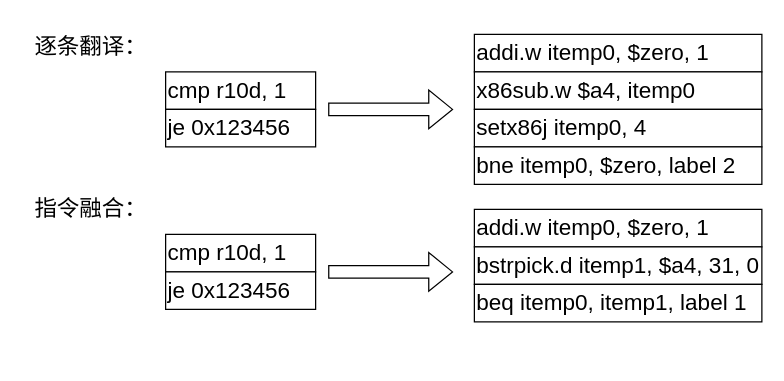
Above: page "第 44 页" (44 of 47) of lajit.drawio in ganjue66da/ganjue66da (draw.io), before the change. Source tidied: cells renumbered, new cells numbered last; positions are measured from the earlier drawing's top-left corner, leaving out a move shared by most shapes. Both pictures are drawn from the tidied source at 125%, with x=0, y=0 at pixel (21, 21).
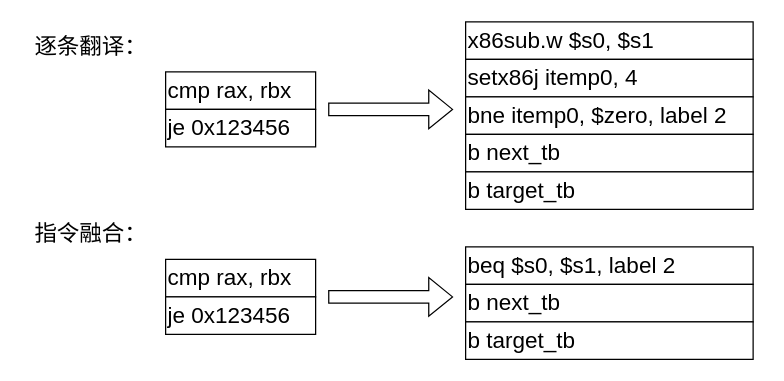
After the change.

What changed in the source:
```diff
@@
 <mxGraphModel>
   <root>
     <mxCell id="0" />
     <mxCell id="1" parent="0" />
-    <mxCell id="2" value="&lt;font style=&quot;font-size: 18px;&quot;&gt;cmp r10d, 1&lt;/font&gt;" style="rounded=0;whiteSpace=wrap;html=1;align=left;" parent="1" vertex="1">
+    <mxCell id="2" value="&lt;font style=&quot;font-size: 18px;&quot;&gt;cmp rax, rbx&lt;/font&gt;" style="rounded=0;whiteSpace=wrap;html=1;align=left;" parent="1" vertex="1">
       <mxGeometry x="115" y="40" width="120" height="30" as="geometry" />
     </mxCell>
     <mxCell id="3" value="&lt;font style=&quot;font-size: 18px;&quot;&gt;je 0x123456&lt;/font&gt;" style="rounded=0;whiteSpace=wrap;html=1;align=left;" parent="1" vertex="1">
       <mxGeometry x="115" y="70" width="120" height="30" as="geometry" />
     </mxCell>
     <mxCell id="4" style="shape=flexArrow;endArrow=classic;html=1;rounded=0;" parent="1" edge="1">
       <mxGeometry relative="1" as="geometry">
         <mxPoint x="245" y="70" as="sourcePoint" />
         <mxPoint x="345" y="70" as="targetPoint" />
       </mxGeometry>
     </mxCell>
-    <mxCell id="5" value="&lt;font style=&quot;font-size: 18px;&quot;&gt;addi.w itemp0, $zero, 1&lt;/font&gt;" style="rounded=0;whiteSpace=wrap;html=1;align=left;" parent="1" vertex="1">
-      <mxGeometry x="362" y="10" width="230" height="30" as="geometry" />
-    </mxCell>
-    <mxCell id="6" value="&lt;font style=&quot;font-size: 18px;&quot;&gt;x86sub.w $a4, itemp0&lt;/font&gt;" style="rounded=0;whiteSpace=wrap;html=1;align=left;" parent="1" vertex="1">
-      <mxGeometry x="362" y="40" width="230" height="30" as="geometry" />
+    <mxCell id="6" value="&lt;font style=&quot;font-size: 18px;&quot;&gt;x86sub.w $s0, $s1&lt;/font&gt;" style="rounded=0;whiteSpace=wrap;html=1;align=left;" parent="1" vertex="1">
+      <mxGeometry x="355" width="230" height="30" as="geometry" />
     </mxCell>
     <mxCell id="7" value="&lt;font style=&quot;font-size: 18px;&quot;&gt;setx86j itemp0, 4&lt;/font&gt;" style="rounded=0;whiteSpace=wrap;html=1;align=left;" parent="1" vertex="1">
-      <mxGeometry x="362" y="70" width="230" height="30" as="geometry" />
+      <mxGeometry x="355" y="30" width="230" height="30" as="geometry" />
     </mxCell>
     <mxCell id="8" value="&lt;font style=&quot;font-size: 18px;&quot;&gt;bne itemp0, $zero, label 2&lt;/font&gt;" style="rounded=0;whiteSpace=wrap;html=1;align=left;" parent="1" vertex="1">
-      <mxGeometry x="362" y="100" width="230" height="30" as="geometry" />
+      <mxGeometry x="355" y="60" width="230" height="30" as="geometry" />
     </mxCell>
     <mxCell id="9" value="&lt;font style=&quot;font-size: 18px;&quot;&gt;逐条翻译：&lt;/font&gt;" style="text;html=1;align=center;verticalAlign=middle;strokeColor=none;fillColor=none;" parent="1" vertex="1">
       <mxGeometry width="110" height="40" as="geometry" />
     </mxCell>
-    <mxCell id="10" value="&lt;font style=&quot;font-size: 18px;&quot;&gt;cmp r10d, 1&lt;/font&gt;" style="rounded=0;whiteSpace=wrap;html=1;align=left;" parent="1" vertex="1">
-      <mxGeometry x="115" y="170" width="120" height="30" as="geometry" />
+    <mxCell id="10" value="&lt;font style=&quot;font-size: 18px;&quot;&gt;cmp rax, rbx&lt;/font&gt;" style="rounded=0;whiteSpace=wrap;html=1;align=left;" parent="1" vertex="1">
+      <mxGeometry x="115" y="190" width="120" height="30" as="geometry" />
     </mxCell>
     <mxCell id="11" value="&lt;font style=&quot;font-size: 18px;&quot;&gt;je 0x123456&lt;/font&gt;" style="rounded=0;whiteSpace=wrap;html=1;align=left;" parent="1" vertex="1">
-      <mxGeometry x="115" y="200" width="120" height="30" as="geometry" />
+      <mxGeometry x="115" y="220" width="120" height="30" as="geometry" />
     </mxCell>
     <mxCell id="12" style="shape=flexArrow;endArrow=classic;html=1;rounded=0;" parent="1" edge="1">
       <mxGeometry relative="1" as="geometry">
-        <mxPoint x="245" y="200" as="sourcePoint" />
-        <mxPoint x="345" y="200" as="targetPoint" />
+        <mxPoint x="245" y="220" as="sourcePoint" />
+        <mxPoint x="345" y="220" as="targetPoint" />
       </mxGeometry>
     </mxCell>
-    <mxCell id="13" value="&lt;font style=&quot;font-size: 18px;&quot;&gt;addi.w itemp0, $zero, 1&lt;/font&gt;" style="rounded=0;whiteSpace=wrap;html=1;align=left;" parent="1" vertex="1">
-      <mxGeometry x="362" y="150" width="230" height="30" as="geometry" />
-    </mxCell>
-    <mxCell id="14" value="&lt;font style=&quot;font-size: 18px;&quot;&gt;bstrpick.d itemp1, $a4, 31, 0&lt;/font&gt;" style="rounded=0;whiteSpace=wrap;html=1;align=left;" parent="1" vertex="1">
-      <mxGeometry x="362" y="180" width="230" height="30" as="geometry" />
-    </mxCell>
-    <mxCell id="15" value="&lt;font style=&quot;font-size: 18px;&quot;&gt;beq itemp0, itemp1, label 1&lt;/font&gt;" style="rounded=0;whiteSpace=wrap;html=1;align=left;" parent="1" vertex="1">
-      <mxGeometry x="362" y="210" width="230" height="30" as="geometry" />
+    <mxCell id="15" value="&lt;font style=&quot;font-size: 18px;&quot;&gt;beq $s0, $s1, label 2&lt;/font&gt;" style="rounded=0;whiteSpace=wrap;html=1;align=left;" parent="1" vertex="1">
+      <mxGeometry x="355" y="180" width="230" height="30" as="geometry" />
     </mxCell>
     <mxCell id="16" value="&lt;font style=&quot;font-size: 18px;&quot;&gt;指令融合：&lt;/font&gt;" style="text;html=1;align=center;verticalAlign=middle;strokeColor=none;fillColor=none;" parent="1" vertex="1">
-      <mxGeometry y="130" width="110" height="40" as="geometry" />
+      <mxGeometry y="150" width="110" height="40" as="geometry" />
     </mxCell>
+    <mxCell id="17" value="&lt;font style=&quot;font-size: 18px;&quot;&gt;b next_tb&lt;/font&gt;" style="rounded=0;whiteSpace=wrap;html=1;align=left;" parent="1" vertex="1">
+      <mxGeometry x="355" y="90" width="230" height="30" as="geometry" />
+    </mxCell>
+    <mxCell id="18" value="&lt;font style=&quot;font-size: 18px;&quot;&gt;b target_tb&lt;/font&gt;" style="rounded=0;whiteSpace=wrap;html=1;align=left;" parent="1" vertex="1">
+      <mxGeometry x="355" y="120" width="230" height="30" as="geometry" />
+    </mxCell>
+    <mxCell id="19" value="&lt;font style=&quot;font-size: 18px;&quot;&gt;b next_tb&lt;/font&gt;" style="rounded=0;whiteSpace=wrap;html=1;align=left;" parent="1" vertex="1">
+      <mxGeometry x="355" y="210" width="230" height="30" as="geometry" />
+    </mxCell>
+    <mxCell id="20" value="&lt;font style=&quot;font-size: 18px;&quot;&gt;b target_tb&lt;/font&gt;" style="rounded=0;whiteSpace=wrap;html=1;align=left;" parent="1" vertex="1">
+      <mxGeometry x="355" y="240" width="230" height="30" as="geometry" />
+    </mxCell>
   </root>
 </mxGraphModel>
```
